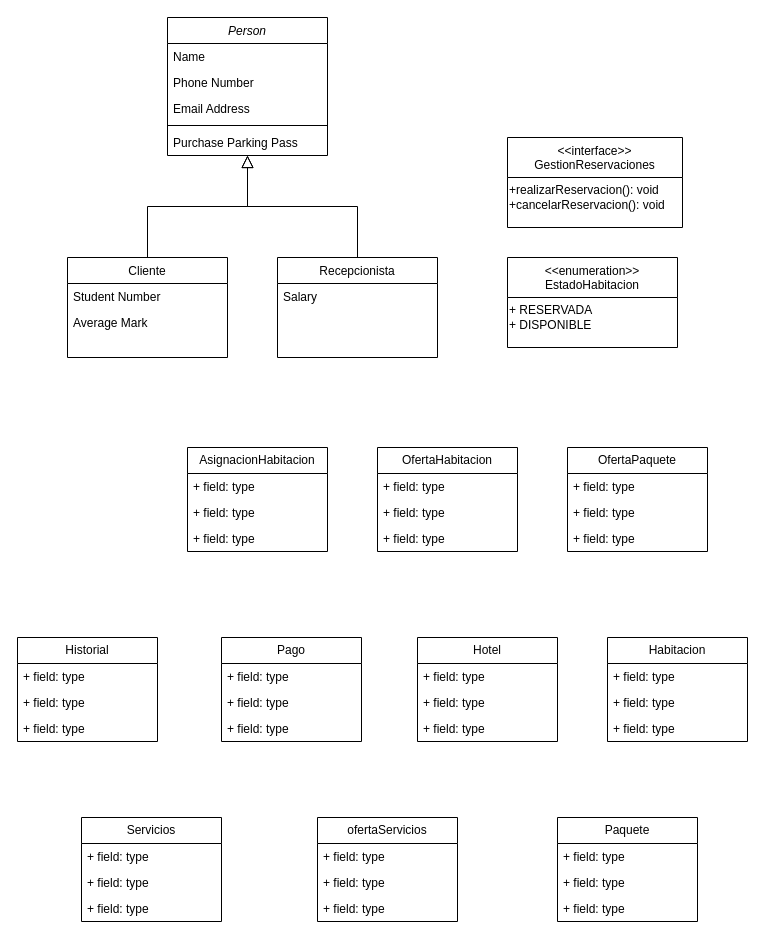
Earlier version of the draw.io diagram SistemaReservacionesHotel.drawio (GabrielCevallos/SistemaReservacionesHotel). Source tidied: cells renumbered, new cells numbered last; positions are measured from the earlier drawing's top-left corner, leaving out a move shared by most shapes. Both pictures are drawn from the tidied source at 100%, with x=0, y=0 at pixel (17, 17).
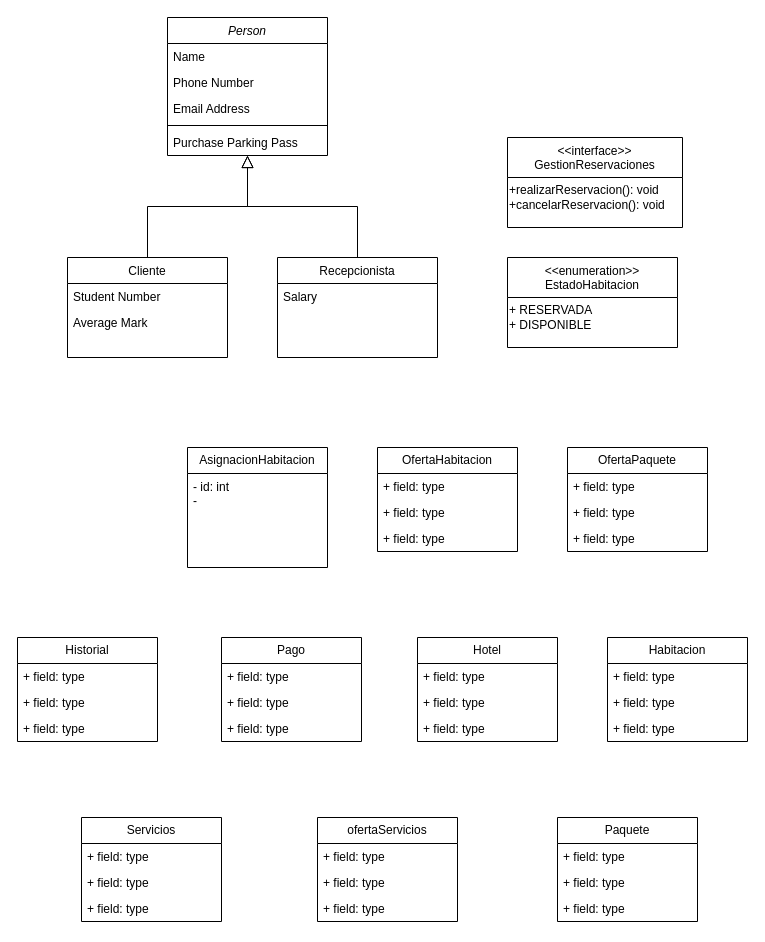
The same page after the edit.

The edit, as a diff of the source:
```diff
@@
     <mxCell id="27" value="AsignacionHabitacion" style="swimlane;fontStyle=0;horizontal=1;startSize=26;fillColor=none;whiteSpace=wrap;html=1;" parent="1" vertex="1">
-      <mxGeometry x="170" y="430" width="140" height="104" as="geometry" />
+      <mxGeometry x="170" y="430" width="140" height="120" as="geometry" />
     </mxCell>
-    <mxCell id="28" value="+ field: type" style="text;strokeColor=none;fillColor=none;align=left;verticalAlign=top;spacingLeft=4;spacingRight=4;overflow=hidden;whiteSpace=wrap;html=1;" parent="27" vertex="1">
-      <mxGeometry y="26" width="140" height="26" as="geometry" />
+    <mxCell id="28" value="- id: int&lt;div&gt;-&amp;nbsp;&lt;/div&gt;" style="text;strokeColor=none;fillColor=none;align=left;verticalAlign=top;spacingLeft=4;spacingRight=4;overflow=hidden;whiteSpace=wrap;html=1;" parent="27" vertex="1">
+      <mxGeometry y="26" width="140" height="94" as="geometry" />
     </mxCell>
-    <mxCell id="29" value="+ field: type" style="text;strokeColor=none;fillColor=none;align=left;verticalAlign=top;spacingLeft=4;spacingRight=4;overflow=hidden;whiteSpace=wrap;html=1;" parent="27" vertex="1">
-      <mxGeometry y="52" width="140" height="26" as="geometry" />
-    </mxCell>
-    <mxCell id="30" value="+ field: type" style="text;strokeColor=none;fillColor=none;align=left;verticalAlign=top;spacingLeft=4;spacingRight=4;overflow=hidden;whiteSpace=wrap;html=1;" parent="27" vertex="1">
-      <mxGeometry y="78" width="140" height="26" as="geometry" />
-    </mxCell>
```
